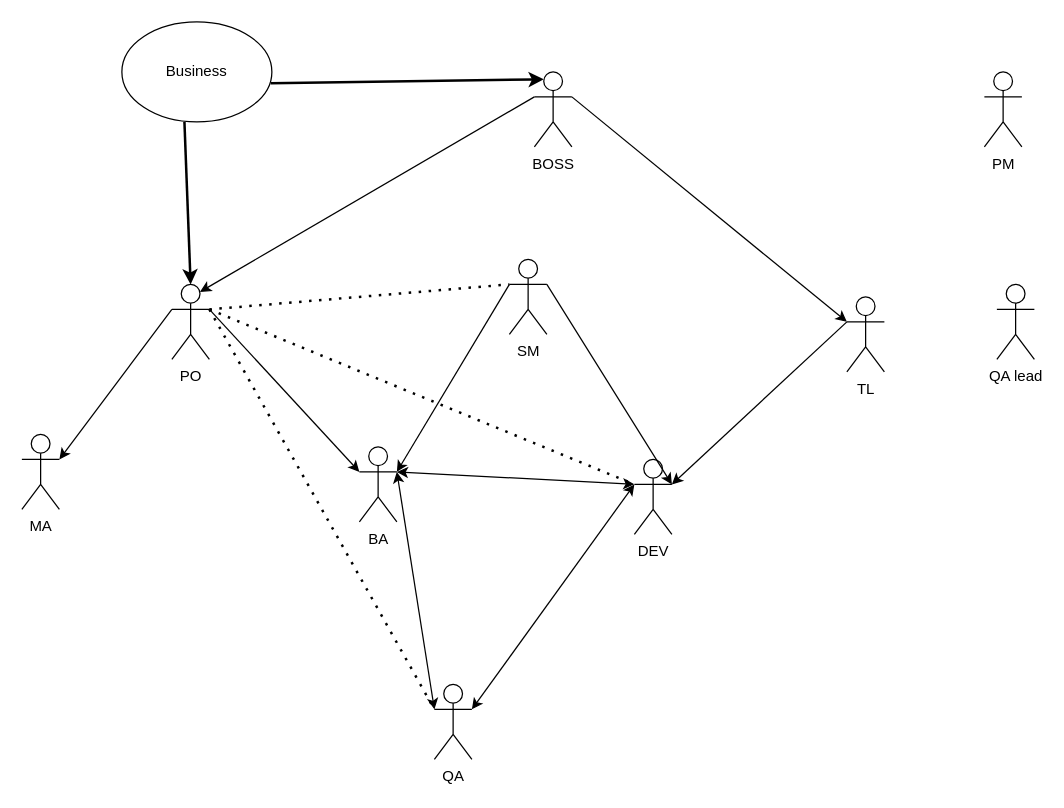
This is Untitled Diagram.drawio from clearriver/draw, a draw.io file, before an edit. Source tidied: cells renumbered, new cells numbered last; positions are measured from the earlier drawing's top-left corner, leaving out a move shared by most shapes. Both pictures are drawn from the tidied source at 125%, with x=0, y=0 at pixel (21, 21).
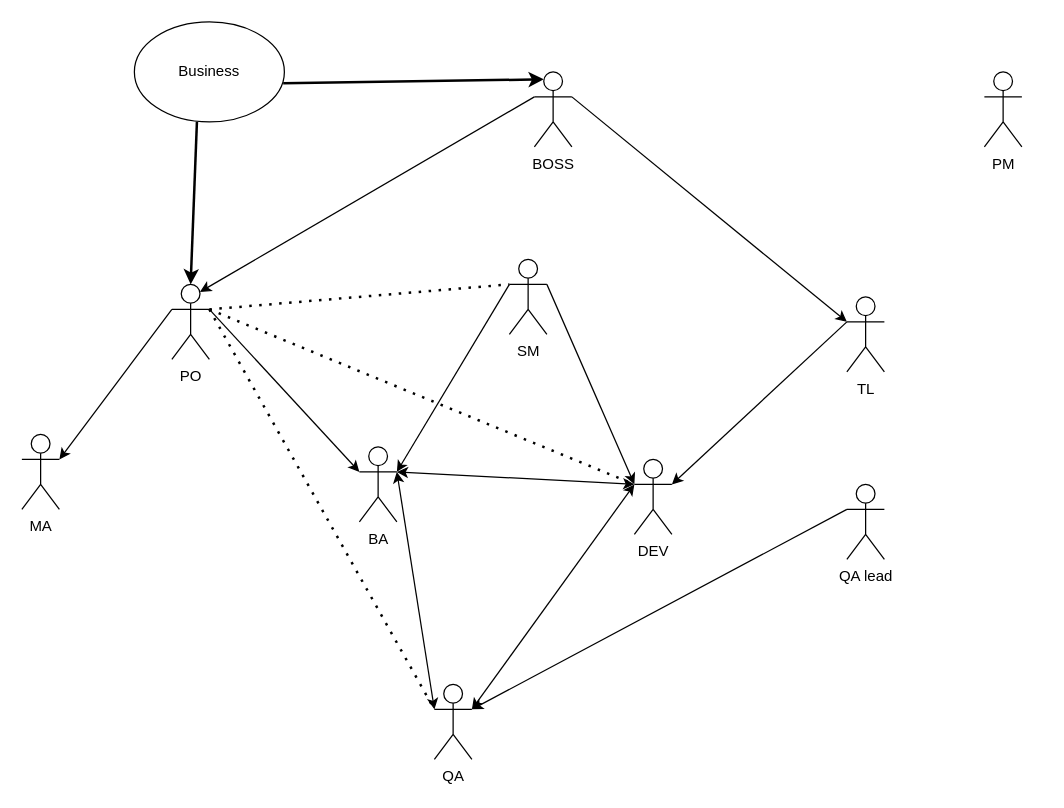
Above is the later version.

Unchanged cells that the change refers to:
```xml
<mxCell id="7" value="DEV" style="shape=umlActor;verticalLabelPosition=bottom;verticalAlign=top;html=1;outlineConnect=0;" parent="1" vertex="1">
  <mxGeometry x="490" y="350" width="30" height="60" as="geometry" />
</mxCell>
<mxCell id="9" value="SM" style="shape=umlActor;verticalLabelPosition=bottom;verticalAlign=top;html=1;outlineConnect=0;" parent="1" vertex="1">
  <mxGeometry x="390" y="190" width="30" height="60" as="geometry" />
</mxCell>
<mxCell id="10" value="QA" style="shape=umlActor;verticalLabelPosition=bottom;verticalAlign=top;html=1;outlineConnect=0;" parent="1" vertex="1">
  <mxGeometry x="330" y="530" width="30" height="60" as="geometry" />
</mxCell>
```

The edit, as a diff of the source:
```diff
@@
-    <mxCell id="15" style="endArrow=classic;html=1;exitX=1;exitY=0.3333333333333333;exitDx=0;exitDy=0;exitPerimeter=0;entryX=1;entryY=0.3333333333333333;entryDx=0;entryDy=0;entryPerimeter=0;" parent="1" edge="1" source="9" target="7">
+    <mxCell id="15" style="endArrow=classic;html=1;exitX=1;exitY=0.3333333333333333;exitDx=0;exitDy=0;exitPerimeter=0;entryX=0;entryY=0.3333333333333333;entryDx=0;entryDy=0;entryPerimeter=0;" parent="1" edge="1" source="9" target="7">
       <mxGeometry relative="1" as="geometry" />
     </mxCell>
@@
     <mxCell id="22" value="Business" style="ellipse;whiteSpace=wrap;html=1;" parent="1" vertex="1">
-      <mxGeometry x="80" width="120" height="80" as="geometry" />
+      <mxGeometry x="90" width="120" height="80" as="geometry" />
     </mxCell>
@@
     <mxCell id="26" value="QA lead" style="shape=umlActor;verticalLabelPosition=bottom;verticalAlign=top;html=1;outlineConnect=0;" parent="1" vertex="1">
-      <mxGeometry x="780" y="210" width="30" height="60" as="geometry" />
+      <mxGeometry x="660" y="370" width="30" height="60" as="geometry" />
     </mxCell>
@@
+    <mxCell id="28" style="endArrow=classic;html=1;strokeWidth=1;entryX=1;entryY=0.3333333333333333;entryDx=0;entryDy=0;entryPerimeter=0;exitX=0;exitY=0.3333333333333333;exitDx=0;exitDy=0;exitPerimeter=0;" parent="1" edge="1" source="26" target="10">
+      <mxGeometry relative="1" as="geometry" />
+    </mxCell>
```
